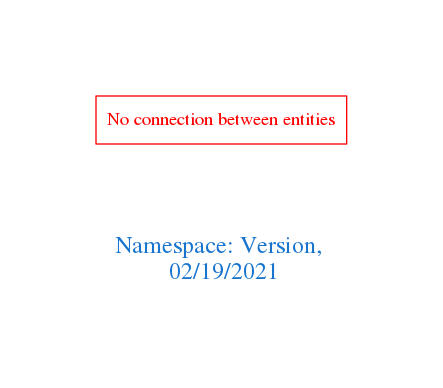
Above: downloads/Version.png in arago/OGIT (Graphviz), before the change. Its source is kept beside it as downloads/Version.dot.
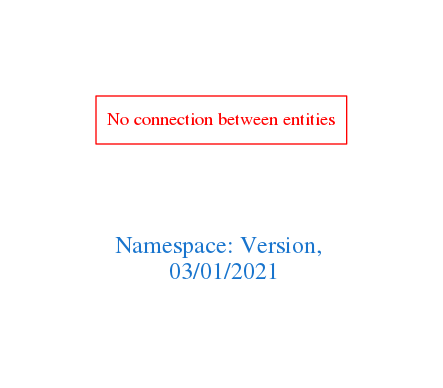
Above is the later version.

Diff of the diagram source:
```diff
@@ -1,7 +1,7 @@
 digraph OGIT_ontology {
  graph [ rankdir= LR,pad=1
 fontsize = 18,
-fontcolor= dodgerblue3,label = "\n\n\nNamespace: Version, \n 02/19/2021"];
+fontcolor= dodgerblue3,label = "\n\n\nNamespace: Version, \n 03/01/2021"];
 node[shape=polygon];
 edge [  color="gray81"];
 
```
